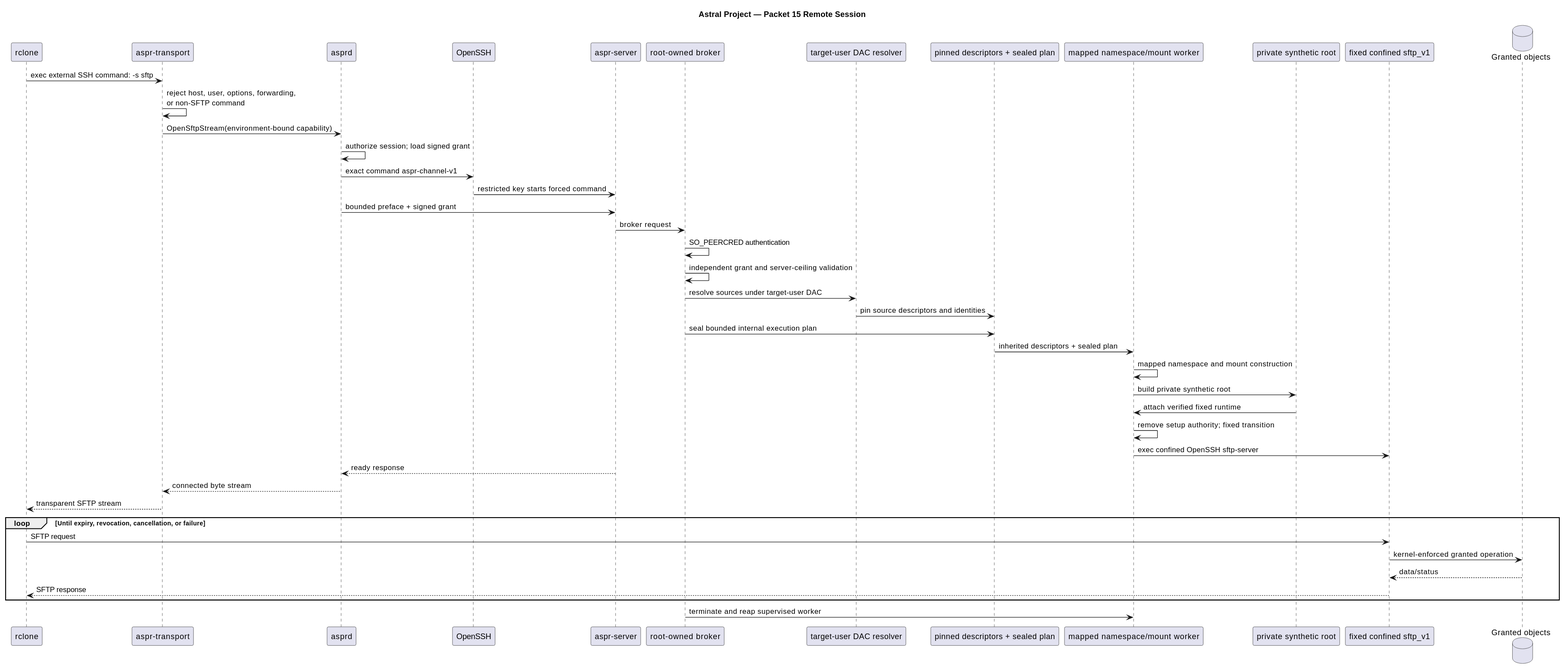
The PlantUML diagram diagrams/03-remote-session-sequence.svg in v7x/astral-project, before a commit. Source of this version:
```plantuml
@startuml
skinparam backgroundColor white
skinparam backgroundColor white
title Astral Project — Packet 15 Remote Session
skinparam shadowing false

participant "rclone" as RC
participant "aspr-transport" as T
participant "asprd" as D
participant "OpenSSH" as SSH
participant "aspr-server" as RS
participant "root-owned broker" as B
participant "target-user DAC resolver" as DAC
participant "pinned descriptors + sealed plan" as Plan
participant "mapped namespace/mount worker" as W
participant "private synthetic root" as Root
participant "fixed confined sftp_v1" as SF
database "Granted objects" as FS

RC -> T : exec external SSH command: -s sftp
T -> T : reject host, user, options, forwarding,\nor non-SFTP command
T -> D : OpenSftpStream(environment-bound capability)
D -> D : authorize session; load signed grant
D -> SSH : exact command aspr-channel-v1
SSH -> RS : restricted key starts forced command
D -> RS : bounded preface + signed grant
RS -> B : broker request
B -> B : SO_PEERCRED authentication
B -> B : independent grant and server-ceiling validation
B -> DAC : resolve sources under target-user DAC
DAC -> Plan : pin source descriptors and identities
B -> Plan : seal bounded internal execution plan
Plan -> W : inherited descriptors + sealed plan
W -> W : mapped namespace and mount construction
W -> Root : build private synthetic root
Root -> W : attach verified fixed runtime
W -> W : remove setup authority; fixed transition
W -> SF : exec confined OpenSSH sftp-server
RS --> D : ready response
D --> T : connected byte stream
T --> RC : transparent SFTP stream

loop Until expiry, revocation, cancellation, or failure
  RC -> SF : SFTP request
  SF -> FS : kernel-enforced granted operation
  FS --> SF : data/status
  SF --> RC : SFTP response
end

B -> W : terminate and reap supervised worker
@enduml
```
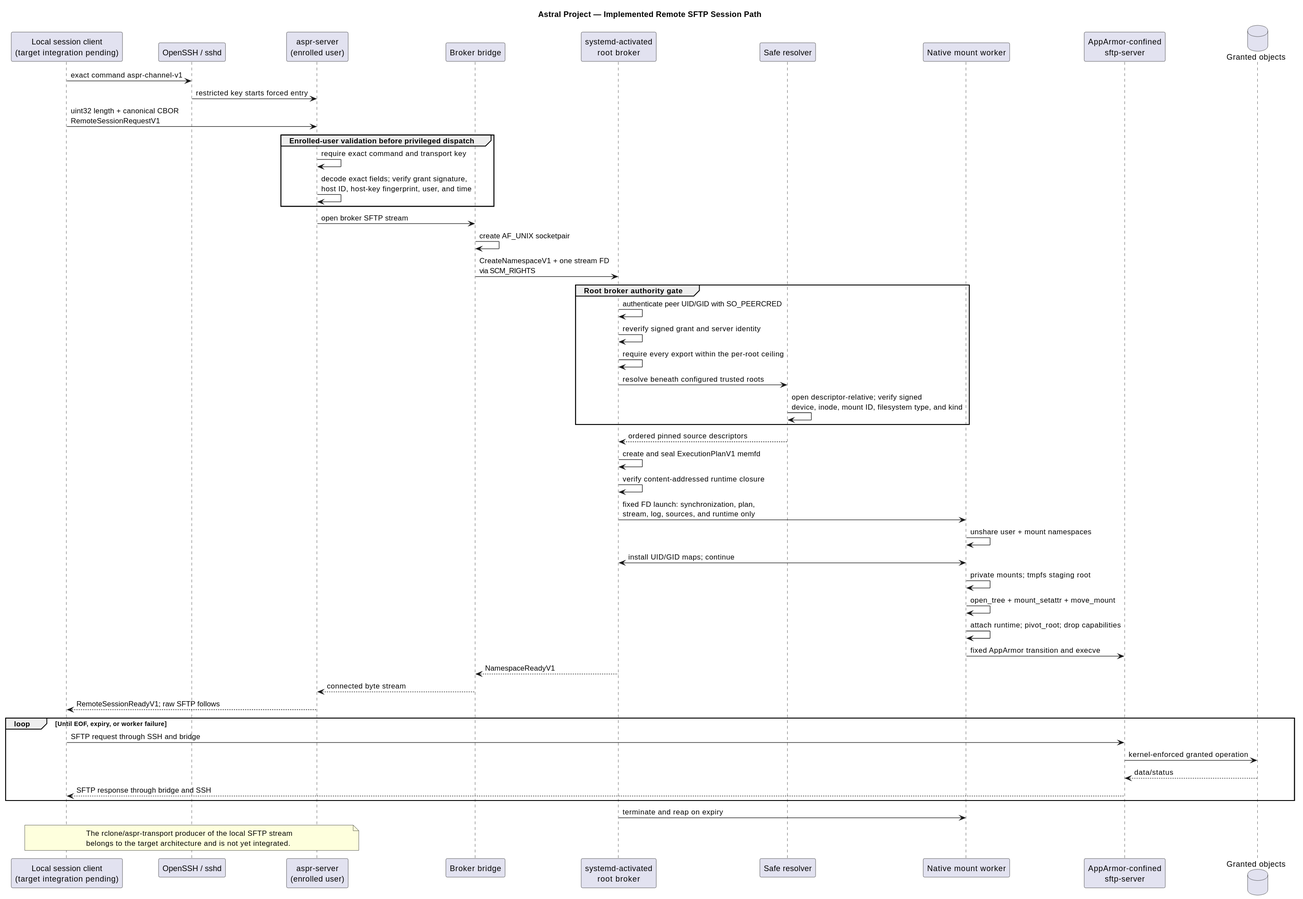
Above is the later version.

Commit message:
Update architecture diagrams and remaining work

The edit, as a diff of the source:
```diff
@@ -1,51 +1,63 @@
 @startuml
-skinparam backgroundColor white
-skinparam backgroundColor white
-title Astral Project — Packet 15 Remote Session
+title Astral Project — Implemented Remote SFTP Session Path
 skinparam shadowing false
 
-participant "rclone" as RC
-participant "aspr-transport" as T
-participant "asprd" as D
-participant "OpenSSH" as SSH
-participant "aspr-server" as RS
-participant "root-owned broker" as B
-participant "target-user DAC resolver" as DAC
-participant "pinned descriptors + sealed plan" as Plan
-participant "mapped namespace/mount worker" as W
-participant "private synthetic root" as Root
-participant "fixed confined sftp_v1" as SF
+participant "Local session client\n(target integration pending)" as LC
+participant "OpenSSH / sshd" as SSH
+participant "aspr-server\n(enrolled user)" as RS
+participant "Broker bridge" as BB
+participant "systemd-activated\nroot broker" as RB
+participant "Safe resolver" as SR
+participant "Native mount worker" as NW
+participant "AppArmor-confined\nsftp-server" as SF
 database "Granted objects" as FS
 
-RC -> T : exec external SSH command: -s sftp
-T -> T : reject host, user, options, forwarding,\nor non-SFTP command
-T -> D : OpenSftpStream(environment-bound capability)
-D -> D : authorize session; load signed grant
-D -> SSH : exact command aspr-channel-v1
-SSH -> RS : restricted key starts forced command
-D -> RS : bounded preface + signed grant
-RS -> B : broker request
-B -> B : SO_PEERCRED authentication
-B -> B : independent grant and server-ceiling validation
-B -> DAC : resolve sources under target-user DAC
-DAC -> Plan : pin source descriptors and identities
-B -> Plan : seal bounded internal execution plan
-Plan -> W : inherited descriptors + sealed plan
-W -> W : mapped namespace and mount construction
-W -> Root : build private synthetic root
-Root -> W : attach verified fixed runtime
-W -> W : remove setup authority; fixed transition
-W -> SF : exec confined OpenSSH sftp-server
-RS --> D : ready response
-D --> T : connected byte stream
-T --> RC : transparent SFTP stream
+LC -> SSH : exact command aspr-channel-v1
+SSH -> RS : restricted key starts forced entry
+LC -> RS : uint32 length + canonical CBOR\nRemoteSessionRequestV1
 
-loop Until expiry, revocation, cancellation, or failure
-  RC -> SF : SFTP request
+group Enrolled-user validation before privileged dispatch
+  RS -> RS : require exact command and transport key
+  RS -> RS : decode exact fields; verify grant signature,\nhost ID, host-key fingerprint, user, and time
+end
+
+RS -> BB : open broker SFTP stream
+BB -> BB : create AF_UNIX socketpair
+BB -> RB : CreateNamespaceV1 + one stream FD\nvia SCM_RIGHTS
+
+group Root broker authority gate
+  RB -> RB : authenticate peer UID/GID with SO_PEERCRED
+  RB -> RB : reverify signed grant and server identity
+  RB -> RB : require every export within the per-root ceiling
+  RB -> SR : resolve beneath configured trusted roots
+  SR -> SR : open descriptor-relative; verify signed\ndevice, inode, mount ID, filesystem type, and kind
+end
+
+SR --> RB : ordered pinned source descriptors
+RB -> RB : create and seal ExecutionPlanV1 memfd
+RB -> RB : verify content-addressed runtime closure
+RB -> NW : fixed FD launch: synchronization, plan,\nstream, log, sources, and runtime only
+NW -> NW : unshare user + mount namespaces
+RB <-> NW : install UID/GID maps; continue
+NW -> NW : private mounts; tmpfs staging root
+NW -> NW : open_tree + mount_setattr + move_mount
+NW -> NW : attach runtime; pivot_root; drop capabilities
+NW -> SF : fixed AppArmor transition and execve
+RB --> BB : NamespaceReadyV1
+BB --> RS : connected byte stream
+RS --> LC : RemoteSessionReadyV1; raw SFTP follows
+
+loop Until EOF, expiry, or worker failure
+  LC -> SF : SFTP request through SSH and bridge
   SF -> FS : kernel-enforced granted operation
   FS --> SF : data/status
-  SF --> RC : SFTP response
+  SF --> LC : SFTP response through bridge and SSH
 end
 
-B -> W : terminate and reap supervised worker
+RB -> NW : terminate and reap on expiry
+
+note over LC,RS
+The rclone/aspr-transport producer of the local SFTP stream
+belongs to the target architecture and is not yet integrated.
+end note
 @enduml
```
